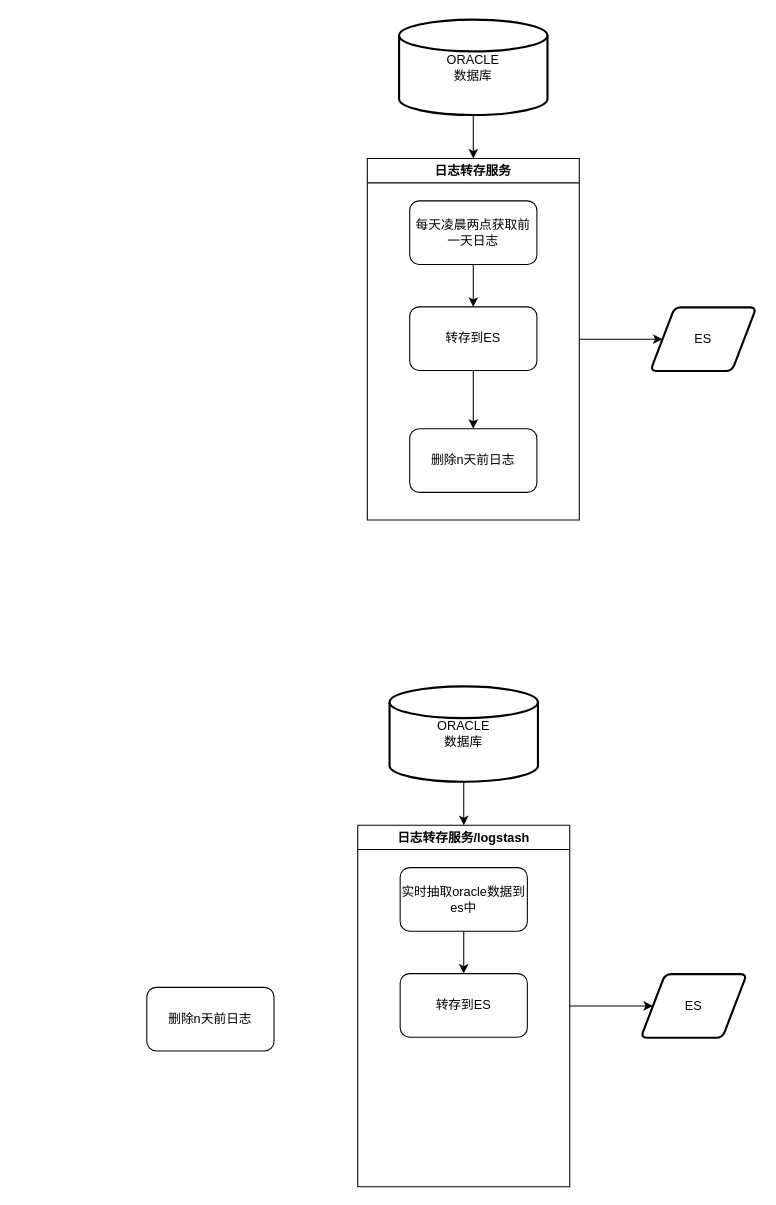
Earlier version of the draw.io diagram page "日志转存流程" (4 of 4) of 流程查找图.drawio (158698706/tt4a). Source tidied: cells renumbered, new cells numbered last; positions are measured from the earlier drawing's top-left corner, leaving out a move shared by most shapes. Both pictures are drawn from the tidied source at 106%, with x=0, y=0 at pixel (146, 19).
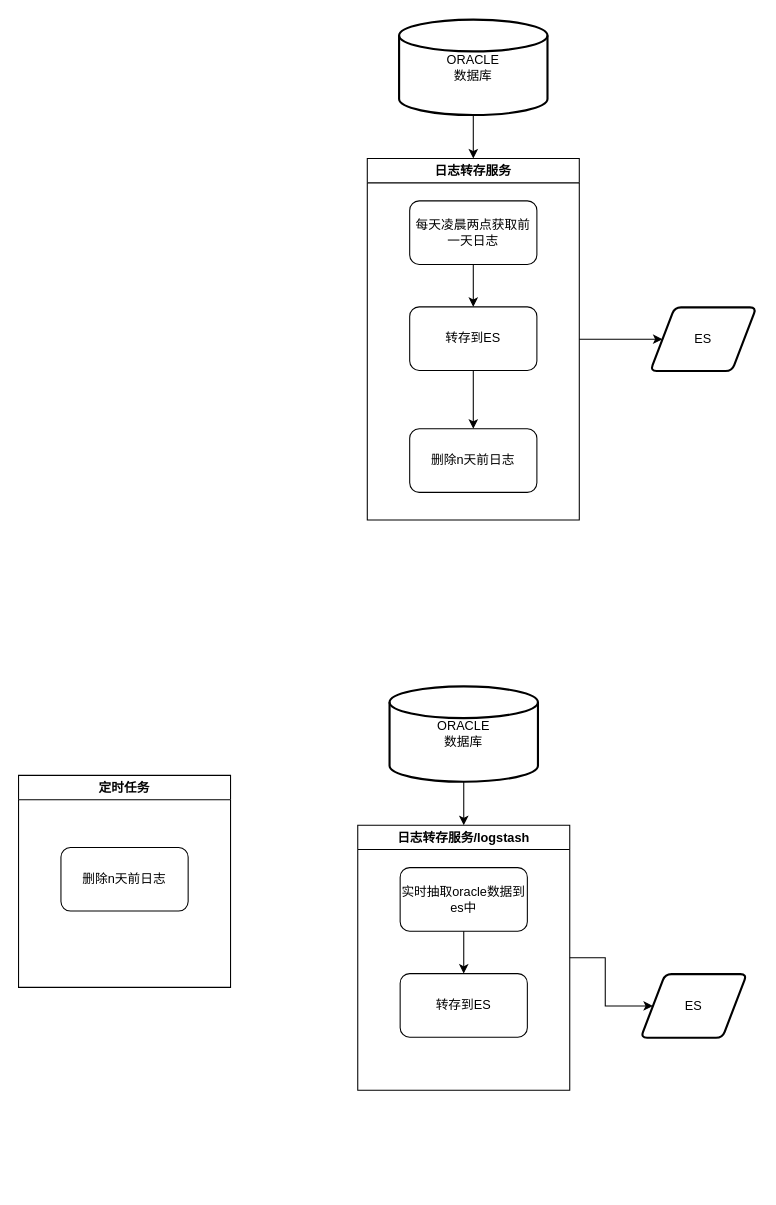
The same diagram, later.

Commit message:
更新流程查找图.drawio

Diff of the diagram source:
```diff
@@
     <mxCell id="16" value="日志转存服务/logstash" style="swimlane;" parent="1" vertex="1">
-      <mxGeometry x="199" y="760" width="200" height="341" as="geometry" />
+      <mxGeometry x="199" y="760" width="200" height="250" as="geometry" />
     </mxCell>
@@
+    <mxCell id="21" value="定时任务" style="swimlane;" parent="1" vertex="1">
+      <mxGeometry x="-121" y="713" width="200" height="200" as="geometry" />
+    </mxCell>
-    <mxCell id="20" value="删除n天前日志" style="whiteSpace=wrap;html=1;rounded=1;" parent="1" vertex="1">
-      <mxGeometry y="913" width="120" height="60" as="geometry" />
+    <mxCell id="20" value="删除n天前日志" style="whiteSpace=wrap;html=1;rounded=1;" parent="21" vertex="1">
+      <mxGeometry x="40" y="68" width="120" height="60" as="geometry" />
     </mxCell>
```
